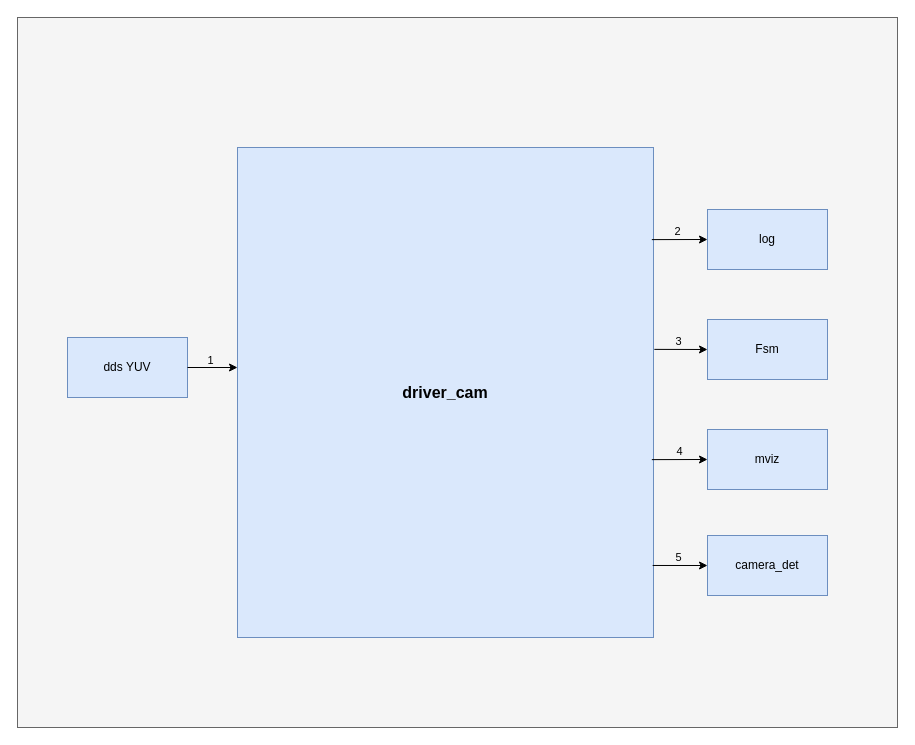
This is camera_app输入输出图.drawio from xiaoleli/diagrams, a draw.io file, before an edit. Source tidied: cells renumbered, new cells numbered last; positions are measured from the earlier drawing's top-left corner, leaving out a move shared by most shapes. Both pictures are drawn from the tidied source at 100%, with x=0, y=0 at pixel (17, 17).
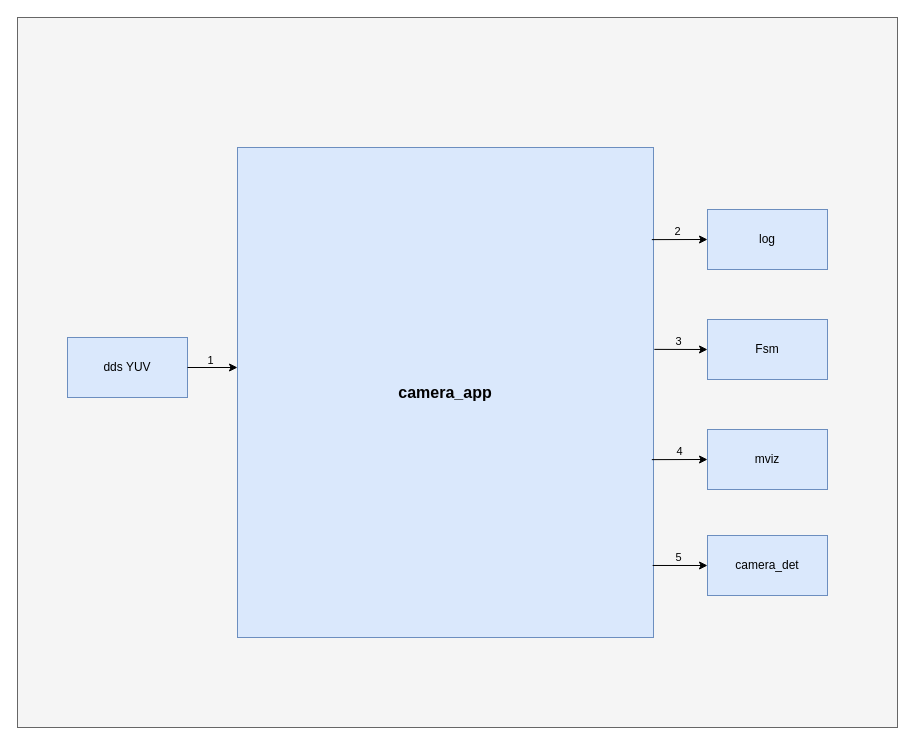
The same page after the edit.

Commit message (it also covers changes not shown here):
更新camera_app输入输出图.drawio

What changed in the source:
```diff
@@
-    <mxCell id="3" value="&lt;b&gt;&lt;font style=&quot;font-size: 16px;&quot;&gt;driver_cam&lt;/font&gt;&lt;/b&gt;" style="rounded=0;whiteSpace=wrap;html=1;fillColor=#dae8fc;strokeColor=#6c8ebf;" parent="1" vertex="1">
+    <mxCell id="3" value="&lt;b&gt;&lt;font style=&quot;font-size: 16px;&quot;&gt;camera_app&lt;/font&gt;&lt;/b&gt;" style="rounded=0;whiteSpace=wrap;html=1;fillColor=#dae8fc;strokeColor=#6c8ebf;" parent="1" vertex="1">
       <mxGeometry x="220" y="130" width="416" height="490" as="geometry" />
     </mxCell>
```
